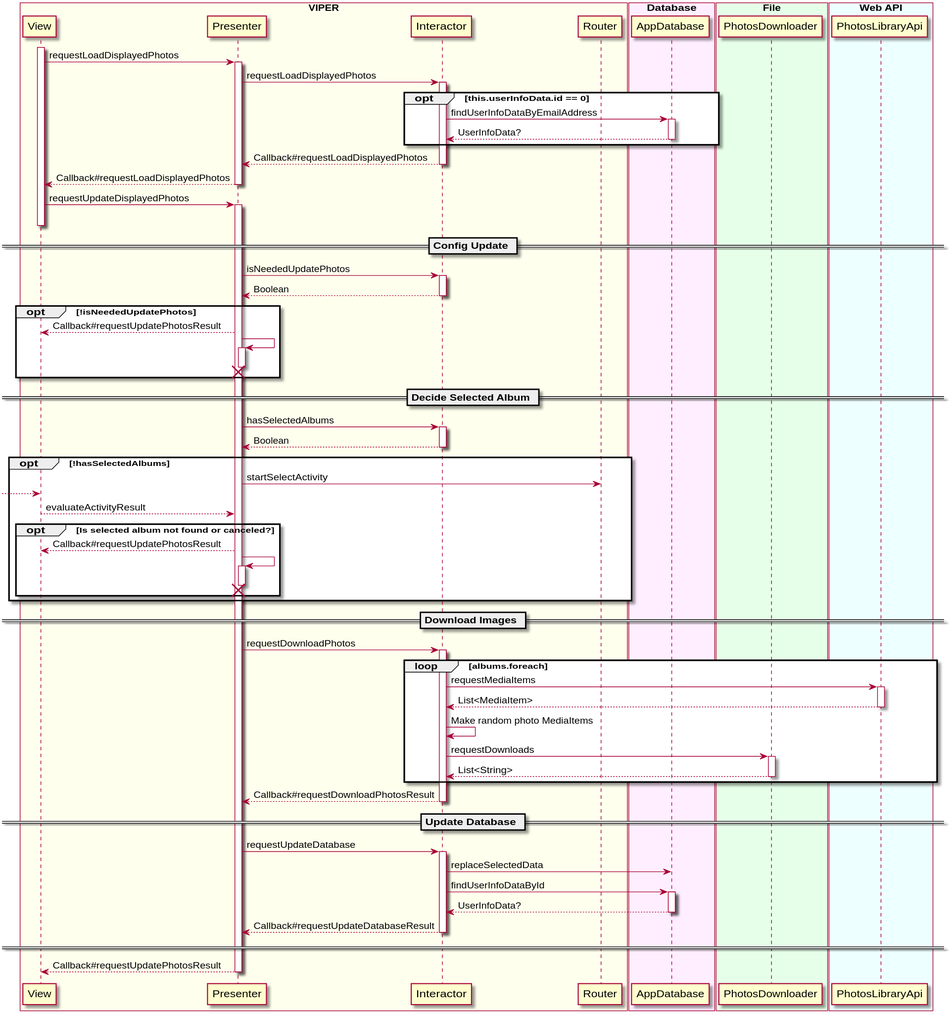
sallyluenoa/PhotoSlideShow keeps this PlantUML diagram as uml/main/sequence_diagram_main_bk.svg. Above is the earlier version.
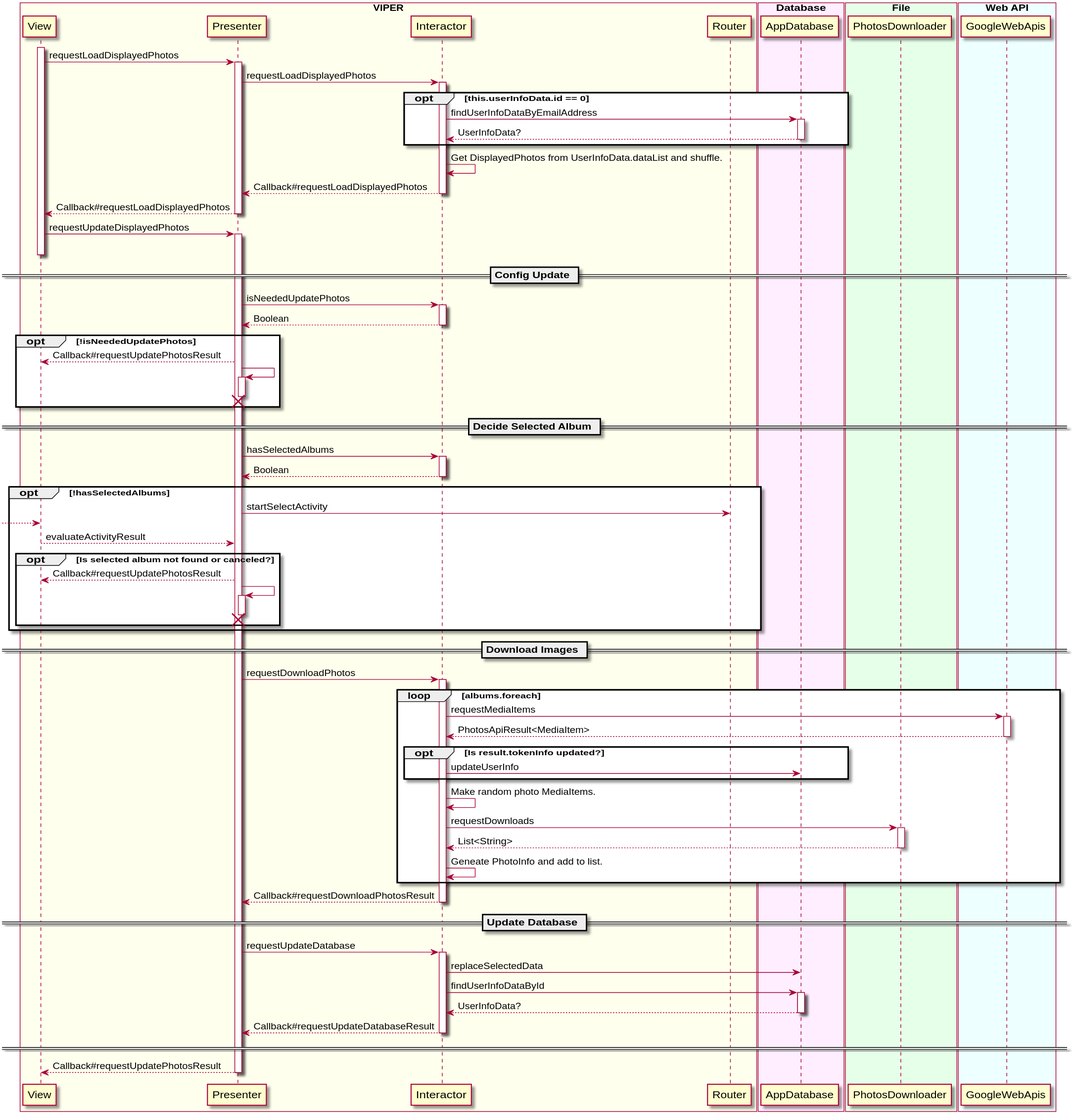
The same diagram one commit later.

Change to the diagram source:
```diff
@@ -15,7 +15,7 @@
 end box
 
 box "Web API" #EEFFFF
-  participant PhotosLibraryApi
+  participant GoogleWebApis
 end box
 
 View++
@@ -27,6 +27,7 @@
     return UserInfoData?
   end
 
+  Interactor -> Interactor: Get DisplayedPhotos from UserInfoData.dataList and shuffle.
   return Callback#requestLoadDisplayedPhotos
 return Callback#requestLoadDisplayedPhotos
 
@@ -66,13 +67,19 @@
 Presenter -> Interactor++: requestDownloadPhotos
 
   loop albums.foreach
-    Interactor -> PhotosLibraryApi++: requestMediaItems
-    return List<MediaItem>
+    Interactor -> GoogleWebApis++: requestMediaItems
+    return PhotosApiResult<MediaItem>
 
-    Interactor -> Interactor: Make random photo MediaItems
+    opt Is result.tokenInfo updated?
+      Interactor -> AppDatabase: updateUserInfo
+    end
+
+    Interactor -> Interactor: Make random photo MediaItems.
 
     Interactor -> PhotosDownloader++: requestDownloads
     return List<String>
+
+    Interactor -> Interactor: Geneate PhotoInfo and add to list.
   end
 
 return Callback#requestDownloadPhotosResult
```
